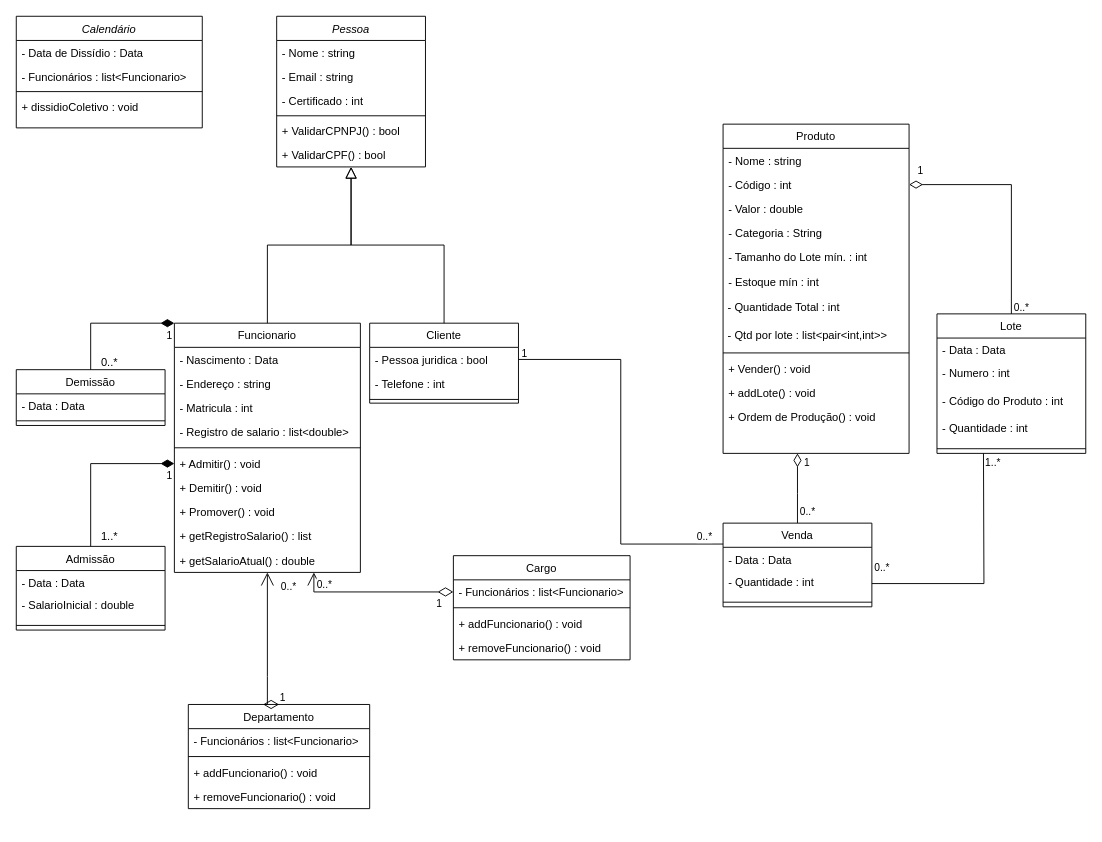
This is Sprint2.drawio from LDLPiao/tp_poo, a draw.io file, before an edit. Source tidied: cells renumbered, new cells numbered last; positions are measured from the earlier drawing's top-left corner, leaving out a move shared by most shapes. Both pictures are drawn from the tidied source at 93%, with x=0, y=0 at pixel (16, 16).
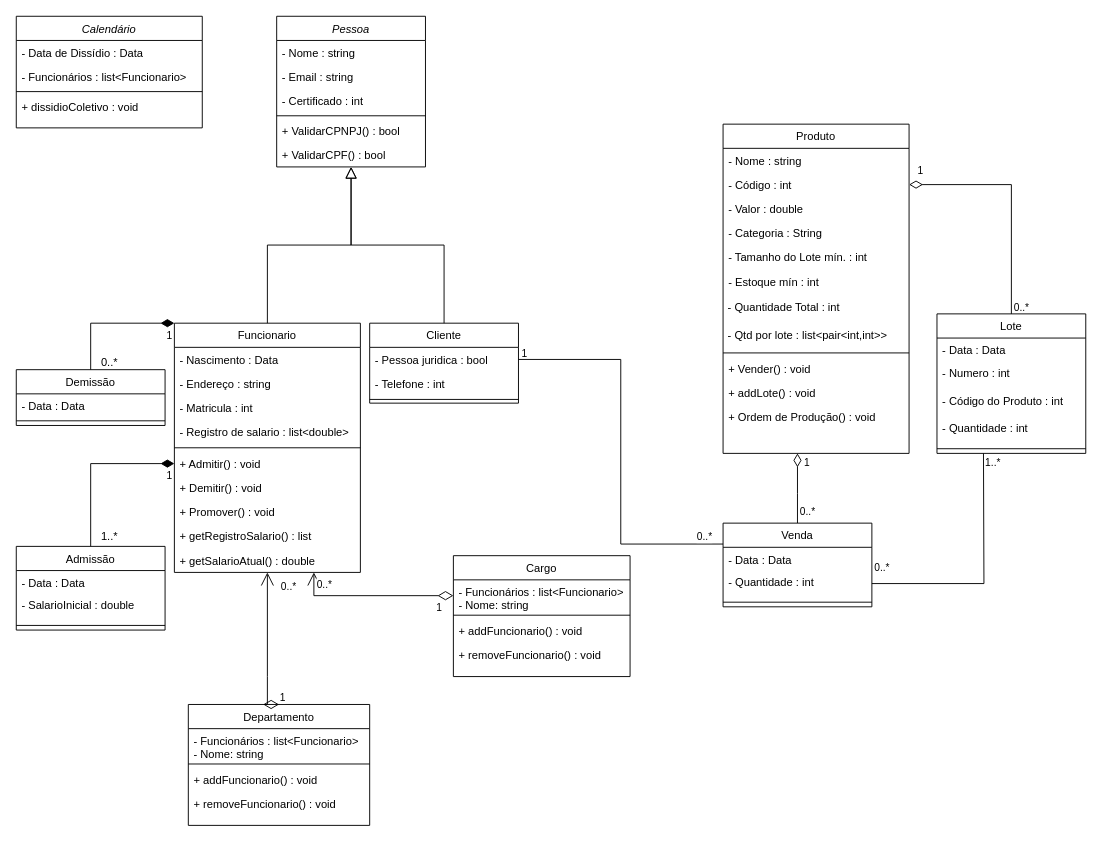
The same page after the edit.

What changed in the source:
```diff
@@
     <mxCell id="26" value="Departamento" style="swimlane;fontStyle=0;align=center;verticalAlign=top;horizontal=1;startSize=26;rounded=0;shadow=0;strokeWidth=1;" parent="1" vertex="1">
-      <mxGeometry x="185" y="740" width="195" height="112" as="geometry" />
+      <mxGeometry x="185" y="740" width="195" height="130" as="geometry" />
     </mxCell>
-    <mxCell id="27" value="- Funcionários : list&lt;Funcionario&gt;" style="text;align=left;verticalAlign=top;spacingLeft=4;spacingRight=4;overflow=hidden;" parent="26" vertex="1">
-      <mxGeometry y="26" width="195" height="26" as="geometry" />
+    <mxCell id="27" value="- Funcionários : list&lt;Funcionario&gt;&#10;- Nome: string" style="text;align=left;verticalAlign=top;spacingLeft=4;spacingRight=4;overflow=hidden;" parent="26" vertex="1">
+      <mxGeometry y="26" width="195" height="34" as="geometry" />
     </mxCell>
     <mxCell id="28" style="line;html=1;strokeWidth=1;align=left;verticalAlign=middle;spacingTop=-1;spacingLeft=3;spacingRight=3;labelPosition=right;" parent="26" vertex="1">
-      <mxGeometry y="52" width="195" height="8" as="geometry" />
+      <mxGeometry y="60" width="195" height="8" as="geometry" />
     </mxCell>
     <mxCell id="29" value="+ addFuncionario() : void" style="text;align=left;verticalAlign=top;spacingLeft=4;spacingRight=4;overflow=hidden;" parent="26" vertex="1">
-      <mxGeometry y="60" width="195" height="26" as="geometry" />
+      <mxGeometry y="68" width="195" height="26" as="geometry" />
     </mxCell>
     <mxCell id="30" value="+ removeFuncionario() : void" style="text;align=left;verticalAlign=top;spacingLeft=4;spacingRight=4;overflow=hidden;" parent="26" vertex="1">
-      <mxGeometry y="86" width="195" height="26" as="geometry" />
+      <mxGeometry y="94" width="195" height="26" as="geometry" />
     </mxCell>
     <mxCell id="31" value="Cargo" style="swimlane;fontStyle=0;align=center;verticalAlign=top;horizontal=1;startSize=26;rounded=0;shadow=0;strokeWidth=1;" parent="1" vertex="1">
-      <mxGeometry x="470" y="580" width="190" height="112" as="geometry" />
+      <mxGeometry x="470" y="580" width="190" height="130" as="geometry" />
     </mxCell>
-    <mxCell id="32" value="- Funcionários : list&lt;Funcionario&gt;" style="text;align=left;verticalAlign=top;spacingLeft=4;spacingRight=4;overflow=hidden;points=[[0,0.5],[1,0.5]];portConstraint=eastwest;" parent="31" vertex="1">
-      <mxGeometry y="26" width="190" height="26" as="geometry" />
+    <mxCell id="32" value="- Funcionários : list&lt;Funcionario&gt;&#10;- Nome: string" style="text;align=left;verticalAlign=top;spacingLeft=4;spacingRight=4;overflow=hidden;points=[[0,0.5],[1,0.5]];portConstraint=eastwest;" parent="31" vertex="1">
+      <mxGeometry y="26" width="190" height="34" as="geometry" />
     </mxCell>
     <mxCell id="33" style="line;html=1;strokeWidth=1;align=left;verticalAlign=middle;spacingTop=-1;spacingLeft=3;spacingRight=3;labelPosition=right;" parent="31" vertex="1">
-      <mxGeometry y="52" width="190" height="8" as="geometry" />
+      <mxGeometry y="60" width="190" height="8" as="geometry" />
     </mxCell>
     <mxCell id="34" value="+ addFuncionario() : void" style="text;align=left;verticalAlign=top;spacingLeft=4;spacingRight=4;overflow=hidden;" parent="31" vertex="1">
-      <mxGeometry y="60" width="190" height="26" as="geometry" />
+      <mxGeometry y="68" width="190" height="26" as="geometry" />
     </mxCell>
     <mxCell id="35" value="+ removeFuncionario() : void" style="text;align=left;verticalAlign=top;spacingLeft=4;spacingRight=4;overflow=hidden;" parent="31" vertex="1">
-      <mxGeometry y="86" width="190" height="26" as="geometry" />
+      <mxGeometry y="94" width="190" height="26" as="geometry" />
     </mxCell>
```
